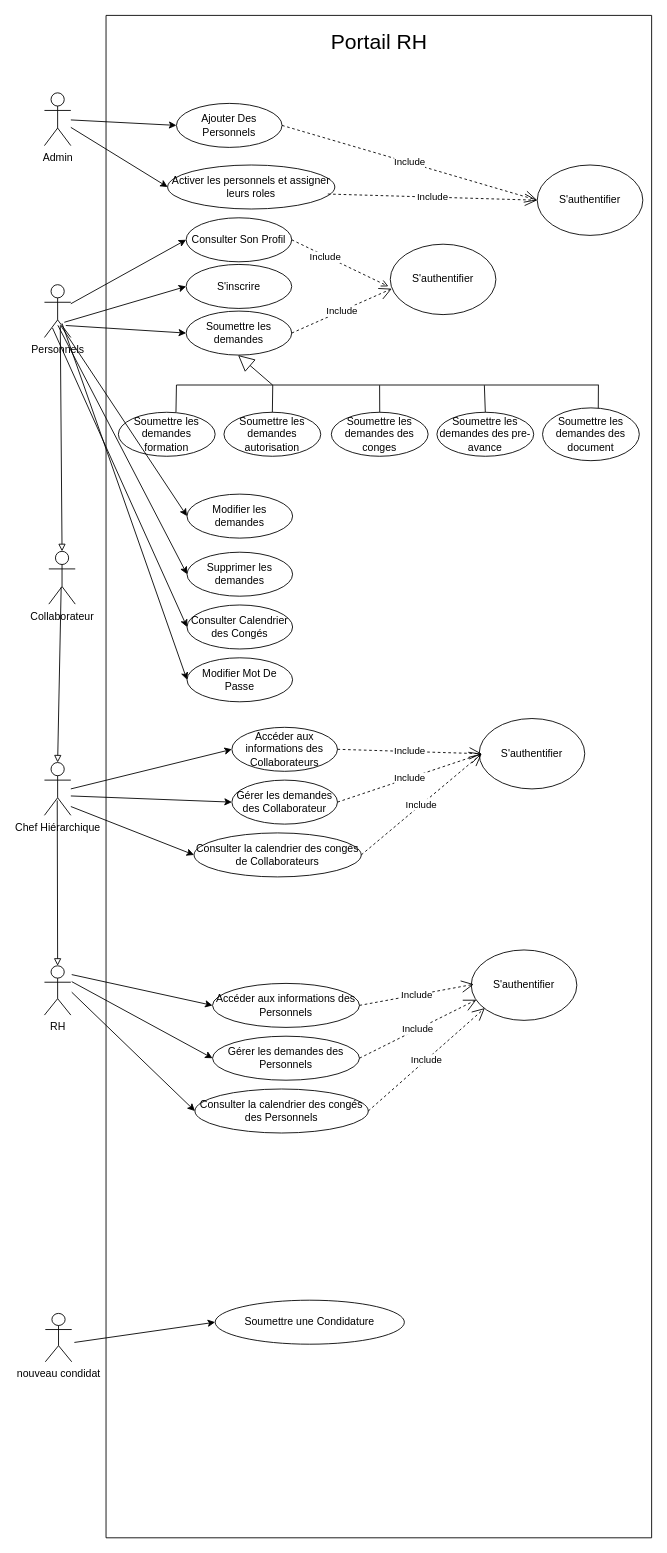
This is Diagramme_use_case.drawio from PORTAIL-RH/Portail-RH-Mobile, a draw.io file, before an edit. Source tidied: cells renumbered, new cells numbered last; positions are measured from the earlier drawing's top-left corner, leaving out a move shared by most shapes. Both pictures are drawn from the tidied source at 88%, with x=0, y=0 at pixel (44, 15).
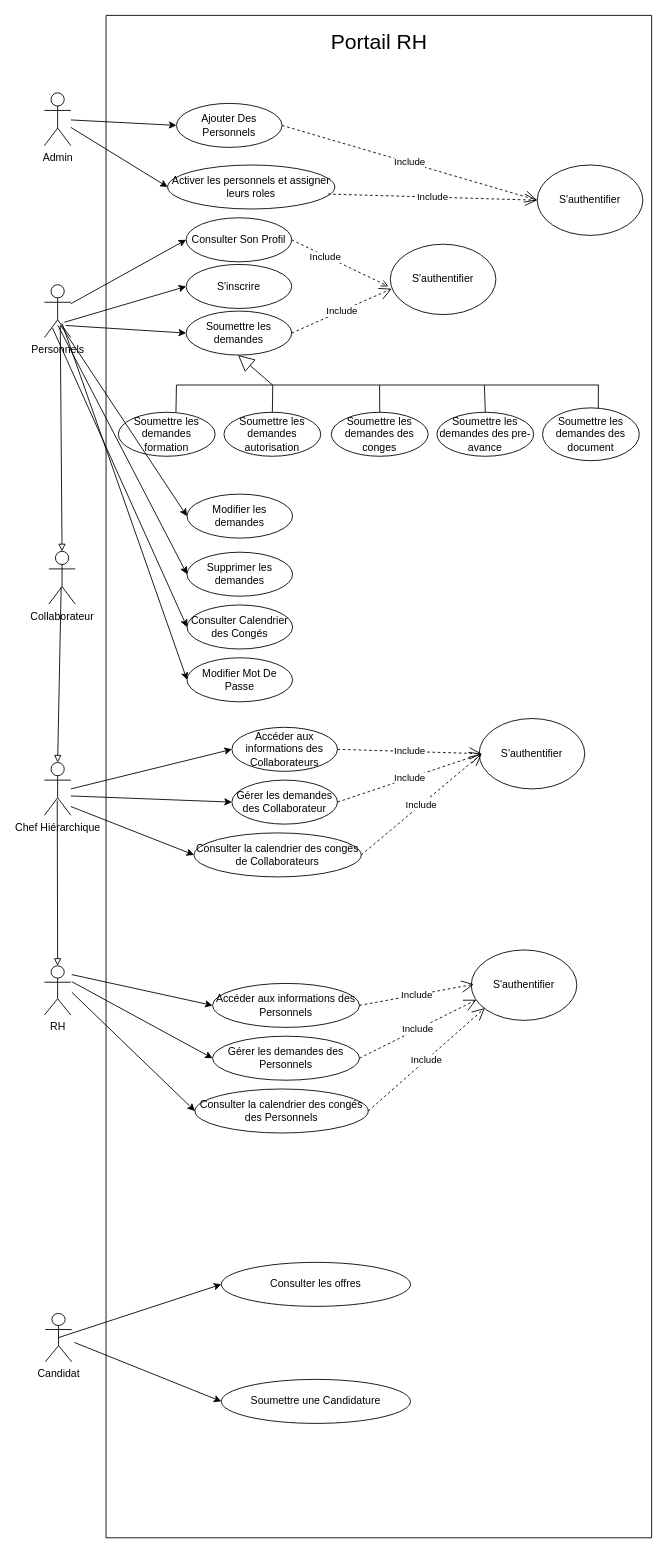
After the change.

Commit message:
Mettre à jour Diagramme_use_case.drawio

Unchanged cells that the change refers to:
```xml
<mxCell id="2" style="swimlane;startSize=0;" parent="1" vertex="1">
  <mxGeometry x="70" width="620" height="1730" as="geometry" />
</mxCell>
```

The edit, as a diff of the source:
```diff
@@
+    <mxCell id="72" value="Consulter les offres" style="ellipse;whiteSpace=wrap;html=1;" parent="2" vertex="1">
+      <mxGeometry x="131" y="1417" width="215" height="50" as="geometry" />
+    </mxCell>
+    <mxCell id="69" value="Soumettre une Candidature" style="ellipse;whiteSpace=wrap;html=1;" parent="2" vertex="1">
+      <mxGeometry x="131" y="1550" width="215" height="50" as="geometry" />
+    </mxCell>
@@
-    <mxCell id="69" value="Soumettre une Condidature" style="ellipse;whiteSpace=wrap;html=1;" parent="1" vertex="1">
-      <mxGeometry x="194" y="1460" width="215" height="50" as="geometry" />
-    </mxCell>
@@
-    <mxCell id="71" value="nouveau condidat" style="shape=umlActor;verticalLabelPosition=bottom;verticalAlign=top;html=1;" parent="1" vertex="1">
+    <mxCell id="71" value="Candidat" style="shape=umlActor;verticalLabelPosition=bottom;verticalAlign=top;html=1;" parent="1" vertex="1">
       <mxGeometry x="1" y="1475" width="30" height="55" as="geometry" />
     </mxCell>
+    <mxCell id="73" style="endArrow=classic;html=1;rounded=0;entryX=0;entryY=0.5;entryDx=0;entryDy=0;exitX=0.5;exitY=0.5;exitDx=0;exitDy=0;exitPerimeter=0;" parent="1" edge="1" source="71" target="72">
+      <mxGeometry relative="1" as="geometry" />
+    </mxCell>
```
